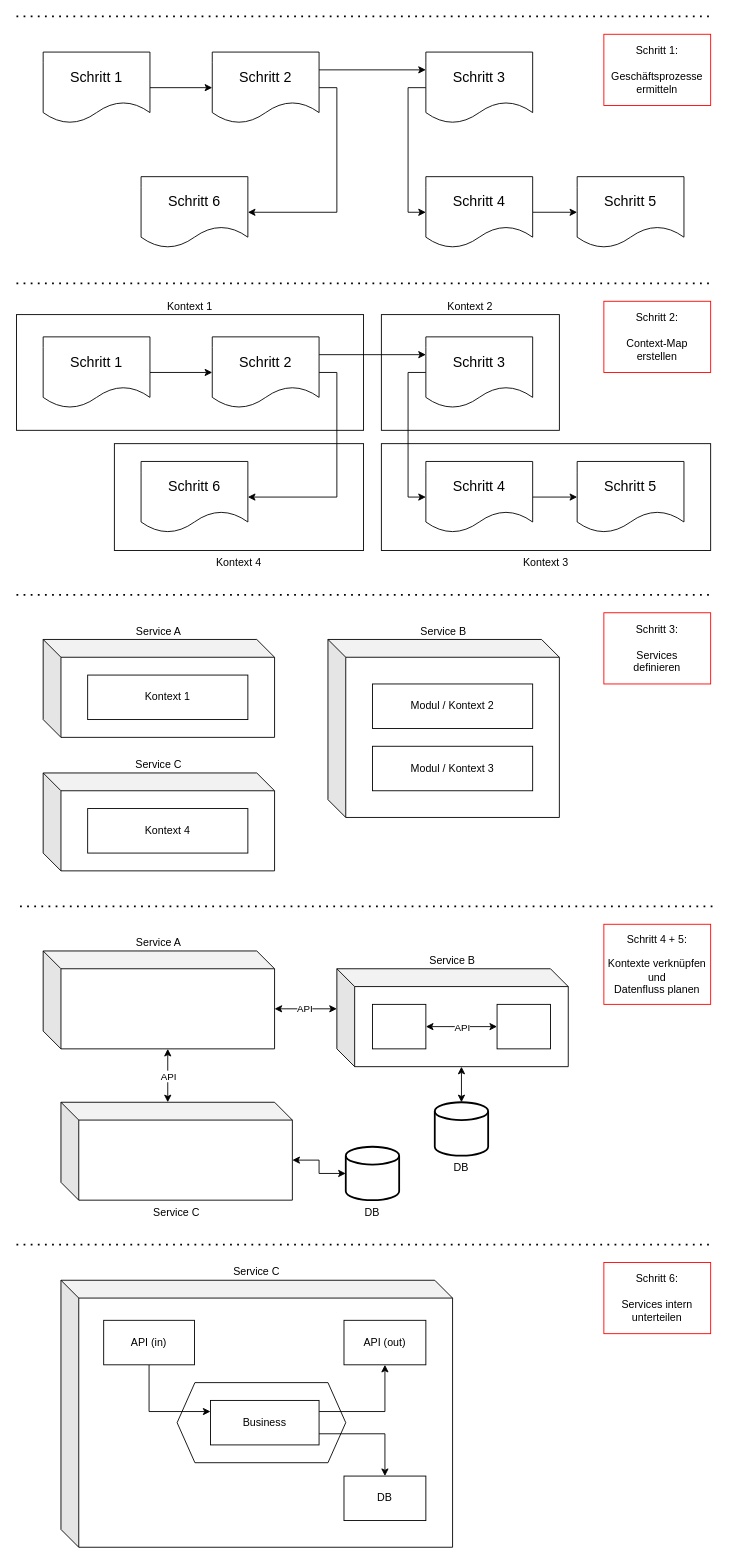
coc-university/software-architecture-guide keeps this draw.io diagram as project-architecture-guide.drawio. Above is the earlier version. Source tidied: cells renumbered, new cells numbered last; positions are measured from the earlier drawing's top-left corner, leaving out a move shared by most shapes. Both pictures are drawn from the tidied source at 89%, with x=0, y=0 at pixel (16, 16).
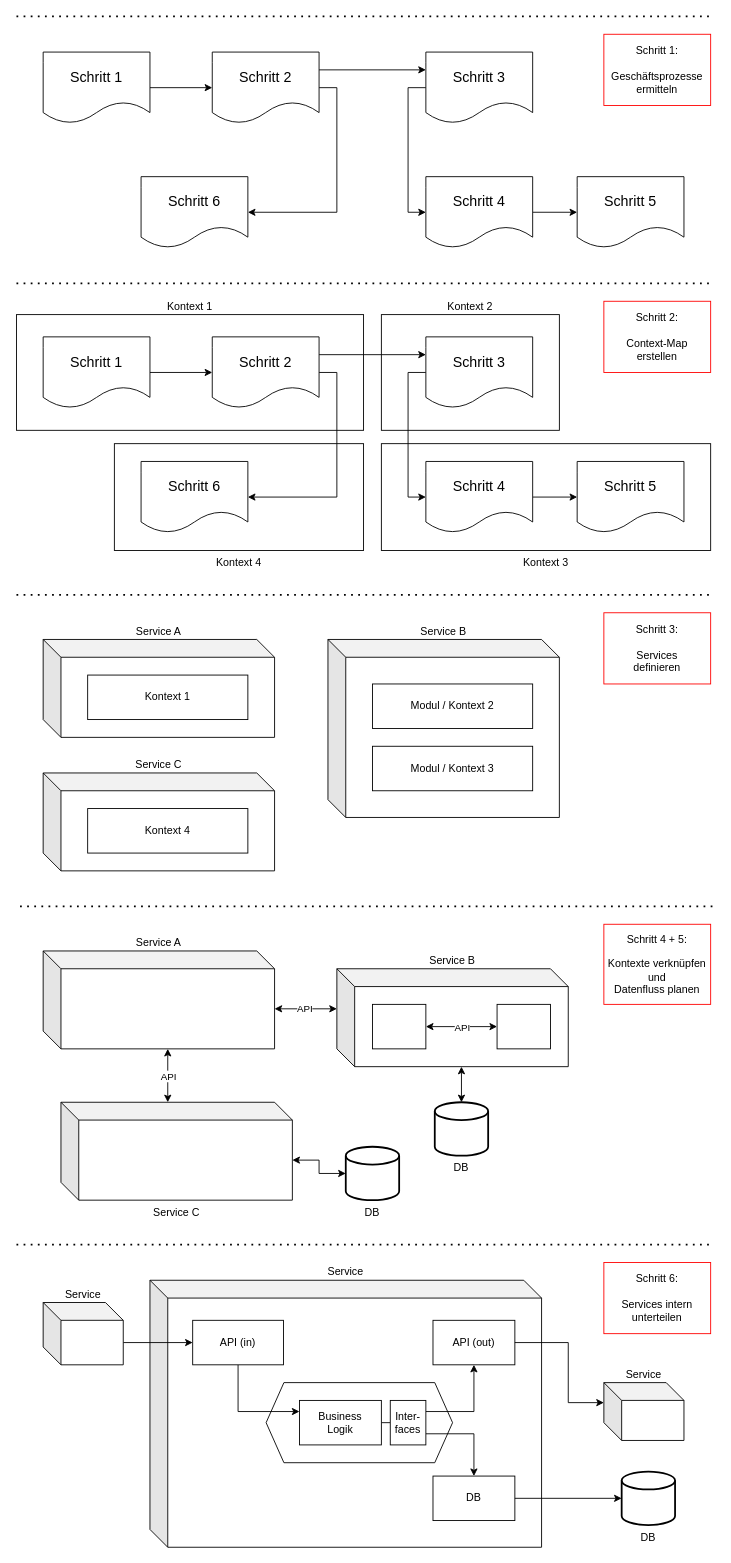
The same diagram, later.

Change to the diagram source:
```diff
@@
-    <mxCell id="2" value="Service C" style="shape=cube;whiteSpace=wrap;html=1;boundedLbl=1;backgroundOutline=1;darkOpacity=0.05;darkOpacity2=0.1;labelPosition=center;verticalLabelPosition=top;align=center;verticalAlign=bottom;" parent="1" vertex="1">
-      <mxGeometry x="50" y="1420" width="440" height="300" as="geometry" />
+    <mxCell id="2" value="Service" style="shape=cube;whiteSpace=wrap;html=1;boundedLbl=1;backgroundOutline=1;darkOpacity=0.05;darkOpacity2=0.1;labelPosition=center;verticalLabelPosition=top;align=center;verticalAlign=bottom;" parent="1" vertex="1">
+      <mxGeometry x="150" y="1420" width="440" height="300" as="geometry" />
     </mxCell>
     <mxCell id="3" style="shape=hexagon;perimeter=hexagonPerimeter2;whiteSpace=wrap;html=1;fixedSize=1;" parent="1" vertex="1">
-      <mxGeometry x="180.5" y="1535" width="189.5" height="90" as="geometry" />
+      <mxGeometry x="280.5" y="1535" width="209.5" height="90" as="geometry" />
     </mxCell>
@@
     <mxCell id="52" value="API (in)" style="rounded=0;whiteSpace=wrap;html=1;labelPosition=center;verticalLabelPosition=middle;align=center;verticalAlign=middle;strokeColor=light-dark(#000000,#FF8000);" parent="1" vertex="1">
-      <mxGeometry x="98" y="1465" width="102" height="50" as="geometry" />
+      <mxGeometry x="198" y="1465" width="102" height="50" as="geometry" />
     </mxCell>
     <mxCell id="53" value="API (out)" style="rounded=0;whiteSpace=wrap;html=1;labelPosition=center;verticalLabelPosition=middle;align=center;verticalAlign=middle;strokeColor=light-dark(#000000,#FF8000);" parent="1" vertex="1">
-      <mxGeometry x="368" y="1465" width="92" height="50" as="geometry" />
+      <mxGeometry x="468" y="1465" width="92" height="50" as="geometry" />
     </mxCell>
-    <mxCell id="54" style="edgeStyle=orthogonalEdgeStyle;rounded=0;jettySize=auto;html=1;exitX=1;exitY=0.25;exitDx=0;exitDy=0;entryX=0.5;entryY=1;entryDx=0;entryDy=0;" parent="1" edge="1" source="56" target="53">
-      <mxGeometry relative="1" as="geometry" />
-    </mxCell>
-    <mxCell id="55" style="edgeStyle=orthogonalEdgeStyle;rounded=0;jettySize=auto;html=1;exitX=1;exitY=0.75;exitDx=0;exitDy=0;entryX=0.5;entryY=0;entryDx=0;entryDy=0;" parent="1" edge="1" source="56" target="68">
-      <mxGeometry relative="1" as="geometry" />
-    </mxCell>
+    <mxCell id="69" style="edgeStyle=orthogonalEdgeStyle;rounded=0;jettySize=auto;html=1;exitX=1;exitY=0.5;exitDx=0;exitDy=0;entryX=0;entryY=0.5;entryDx=0;entryDy=0;endArrow=none;startFill=0;" parent="1" edge="1" source="56" target="78">
+      <mxGeometry relative="1" as="geometry" />
+    </mxCell>
-    <mxCell id="56" value="Business" style="rounded=0;whiteSpace=wrap;html=1;labelPosition=center;verticalLabelPosition=middle;align=center;verticalAlign=middle;strokeColor=light-dark(#000000,#FF8000);" parent="1" vertex="1">
-      <mxGeometry x="218" y="1555" width="122" height="50" as="geometry" />
+    <mxCell id="56" value="Business&lt;div&gt;Logik&lt;/div&gt;" style="rounded=0;whiteSpace=wrap;html=1;labelPosition=center;verticalLabelPosition=middle;align=center;verticalAlign=middle;strokeColor=light-dark(#000000,#FF8000);" parent="1" vertex="1">
+      <mxGeometry x="318" y="1555" width="92" height="50" as="geometry" />
     </mxCell>
@@
     <mxCell id="68" value="DB" style="rounded=0;whiteSpace=wrap;html=1;labelPosition=center;verticalLabelPosition=middle;align=center;verticalAlign=middle;strokeColor=light-dark(#000000,#FF8000);" parent="1" vertex="1">
-      <mxGeometry x="368" y="1640" width="92" height="50" as="geometry" />
+      <mxGeometry x="468" y="1640" width="92" height="50" as="geometry" />
     </mxCell>
+    <mxCell id="70" value="Service" style="shape=cube;whiteSpace=wrap;html=1;boundedLbl=1;backgroundOutline=1;darkOpacity=0.05;darkOpacity2=0.1;labelPosition=center;verticalLabelPosition=top;align=center;verticalAlign=bottom;" parent="1" vertex="1">
+      <mxGeometry x="660" y="1535" width="90" height="65" as="geometry" />
+    </mxCell>
+    <mxCell id="71" value="DB" style="strokeWidth=2;html=1;shape=mxgraph.flowchart.database;whiteSpace=wrap;labelPosition=center;verticalLabelPosition=bottom;align=center;verticalAlign=top;" parent="1" vertex="1">
+      <mxGeometry x="680" y="1635" width="60" height="60" as="geometry" />
+    </mxCell>
+    <mxCell id="72" style="edgeStyle=orthogonalEdgeStyle;rounded=0;jettySize=auto;html=1;exitX=1;exitY=0.5;exitDx=0;exitDy=0;entryX=0;entryY=0.5;entryDx=0;entryDy=0;entryPerimeter=0;" parent="1" edge="1" source="68" target="71">
+      <mxGeometry relative="1" as="geometry" />
+    </mxCell>
+    <mxCell id="73" style="edgeStyle=orthogonalEdgeStyle;rounded=0;jettySize=auto;html=1;exitX=1;exitY=0.5;exitDx=0;exitDy=0;entryX=0;entryY=0;entryDx=0;entryDy=22.5;entryPerimeter=0;" parent="1" edge="1" source="53" target="70">
+      <mxGeometry relative="1" as="geometry">
+        <Array as="points">
+          <mxPoint x="620" y="1490" />
+          <mxPoint x="620" y="1558" />
+          <mxPoint x="660" y="1558" />
+        </Array>
+      </mxGeometry>
+    </mxCell>
+    <mxCell id="74" style="edgeStyle=orthogonalEdgeStyle;rounded=0;jettySize=auto;html=1;exitX=0;exitY=0;exitDx=90;exitDy=45;exitPerimeter=0;entryX=0;entryY=0.5;entryDx=0;entryDy=0;" parent="1" edge="1" source="75" target="52">
+      <mxGeometry relative="1" as="geometry" />
+    </mxCell>
+    <mxCell id="75" value="Service" style="shape=cube;whiteSpace=wrap;html=1;boundedLbl=1;backgroundOutline=1;darkOpacity=0.05;darkOpacity2=0.1;labelPosition=center;verticalLabelPosition=top;align=center;verticalAlign=bottom;" parent="1" vertex="1">
+      <mxGeometry x="30" y="1445" width="90" height="70" as="geometry" />
+    </mxCell>
+    <mxCell id="76" style="edgeStyle=orthogonalEdgeStyle;rounded=0;jettySize=auto;html=1;exitX=1;exitY=0.25;exitDx=0;exitDy=0;entryX=0.5;entryY=1;entryDx=0;entryDy=0;" parent="1" edge="1" source="78" target="53">
+      <mxGeometry relative="1" as="geometry" />
+    </mxCell>
+    <mxCell id="77" style="edgeStyle=orthogonalEdgeStyle;rounded=0;jettySize=auto;html=1;exitX=1;exitY=0.75;exitDx=0;exitDy=0;entryX=0.5;entryY=0;entryDx=0;entryDy=0;" parent="1" edge="1" source="78" target="68">
+      <mxGeometry relative="1" as="geometry" />
+    </mxCell>
+    <mxCell id="78" value="Inter-&lt;div&gt;faces&lt;/div&gt;" style="rounded=0;whiteSpace=wrap;html=1;labelPosition=center;verticalLabelPosition=middle;align=center;verticalAlign=middle;strokeColor=light-dark(#000000,#FF8000);" parent="1" vertex="1">
+      <mxGeometry x="420" y="1555" width="40" height="50" as="geometry" />
+    </mxCell>
```
